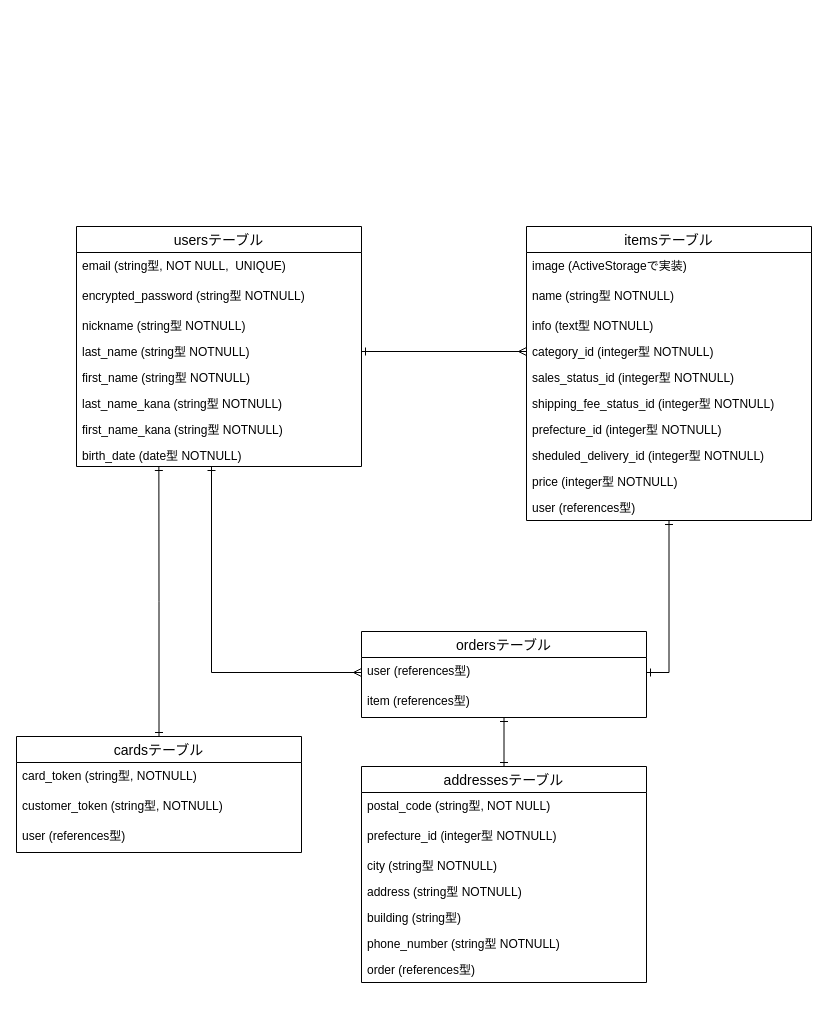
Earlier version of the draw.io diagram test.dio (deguchi0527/furima-35228). Source tidied: cells renumbered, new cells numbered last; positions are measured from the earlier drawing's top-left corner, leaving out a move shared by most shapes. Both pictures are drawn from the tidied source at 100%, with x=0, y=0 at pixel (16, 226).
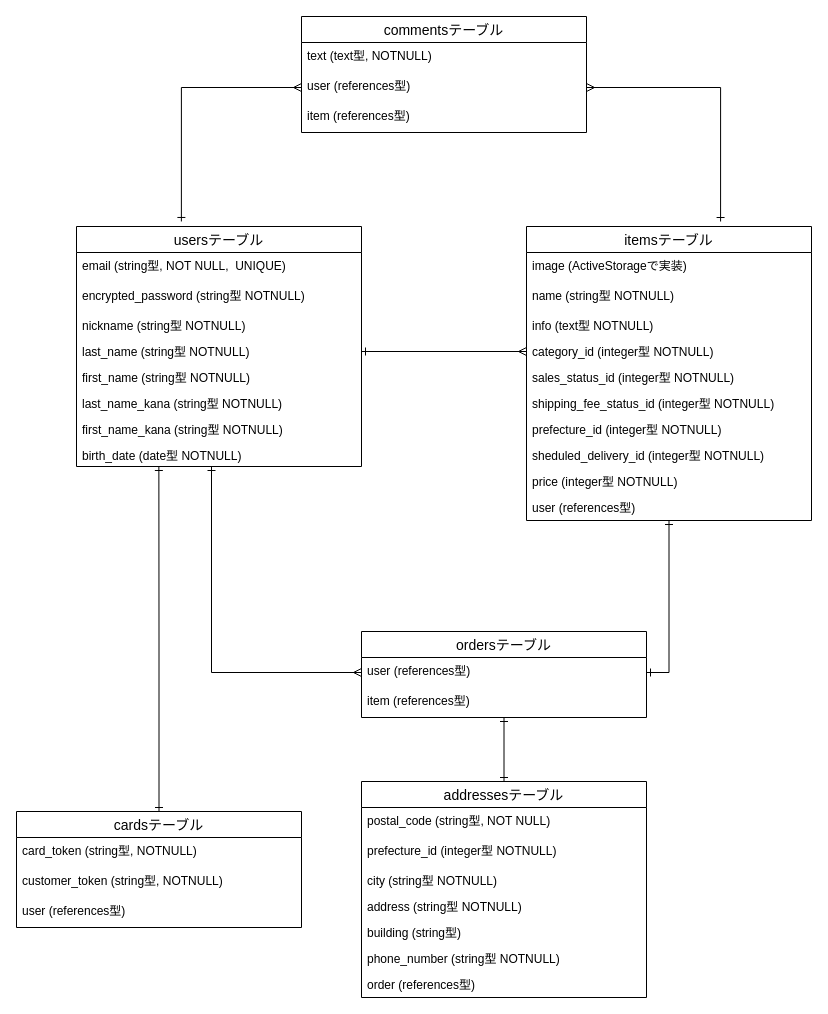
The same diagram, later.

Commit message (it also covers changes not shown here):
DB設計の追加

The change refers to these unchanged cells:
```xml
<mxCell id="3" value="itemsテーブル" style="swimlane;fontStyle=0;horizontal=1;startSize=26;align=center;fontSize=14;" parent="1" vertex="1">
  <mxGeometry x="510" width="285" height="294" as="geometry" />
</mxCell>
<mxCell id="15" value="usersテーブル" style="swimlane;fontStyle=0;horizontal=1;startSize=26;align=center;fontSize=14;" parent="1" vertex="1">
  <mxGeometry x="60" width="285" height="240" as="geometry" />
</mxCell>
```

What changed in the source:
```diff
@@
     <mxCell id="28" value="addressesテーブル" style="swimlane;fontStyle=0;horizontal=1;startSize=26;align=center;fontSize=14;" parent="1" vertex="1">
-      <mxGeometry x="345" y="540" width="285" height="216" as="geometry" />
+      <mxGeometry x="345" y="555" width="285" height="216" as="geometry" />
     </mxCell>
@@
     <mxCell id="38" value="cardsテーブル" style="swimlane;fontStyle=0;horizontal=1;startSize=26;align=center;fontSize=14;" parent="1" vertex="1">
-      <mxGeometry y="510" width="285" height="116" as="geometry" />
+      <mxGeometry y="585" width="285" height="116" as="geometry" />
     </mxCell>
@@
+    <mxCell id="42" value="commentsテーブル" style="swimlane;fontStyle=0;horizontal=1;startSize=26;align=center;fontSize=14;" parent="1" vertex="1">
+      <mxGeometry x="285" y="-210" width="285" height="116" as="geometry" />
+    </mxCell>
+    <mxCell id="43" value="text (text型, NOTNULL)" style="text;strokeColor=none;fillColor=none;spacingLeft=4;spacingRight=4;overflow=hidden;fontSize=12;" parent="42" vertex="1">
+      <mxGeometry y="26" width="285" height="30" as="geometry" />
+    </mxCell>
+    <mxCell id="44" value="user (references型)" style="text;strokeColor=none;fillColor=none;spacingLeft=4;spacingRight=4;overflow=hidden;points=[[0,0.5],[1,0.5]];portConstraint=eastwest;fontSize=12;" parent="42" vertex="1">
+      <mxGeometry y="56" width="285" height="30" as="geometry" />
+    </mxCell>
+    <mxCell id="45" value="item (references型)" style="text;strokeColor=none;fillColor=none;spacingLeft=4;spacingRight=4;overflow=hidden;fontSize=12;" parent="42" vertex="1">
+      <mxGeometry y="86" width="285" height="30" as="geometry" />
+    </mxCell>
+    <mxCell id="46" style="edgeStyle=orthogonalEdgeStyle;rounded=0;jettySize=auto;html=1;exitX=0;exitY=0.5;exitDx=0;exitDy=0;entryX=0.368;entryY=-0.021;entryDx=0;entryDy=0;entryPerimeter=0;startArrow=ERmany;startFill=0;endArrow=ERone;endFill=0;" parent="1" edge="1" source="44" target="15">
+      <mxGeometry relative="1" as="geometry" />
+    </mxCell>
+    <mxCell id="47" style="edgeStyle=orthogonalEdgeStyle;rounded=0;jettySize=auto;html=1;exitX=1;exitY=0.5;exitDx=0;exitDy=0;entryX=0.681;entryY=-0.017;entryDx=0;entryDy=0;entryPerimeter=0;startArrow=ERmany;startFill=0;endArrow=ERone;endFill=0;" parent="1" edge="1" source="44" target="3">
+      <mxGeometry relative="1" as="geometry" />
+    </mxCell>
```
